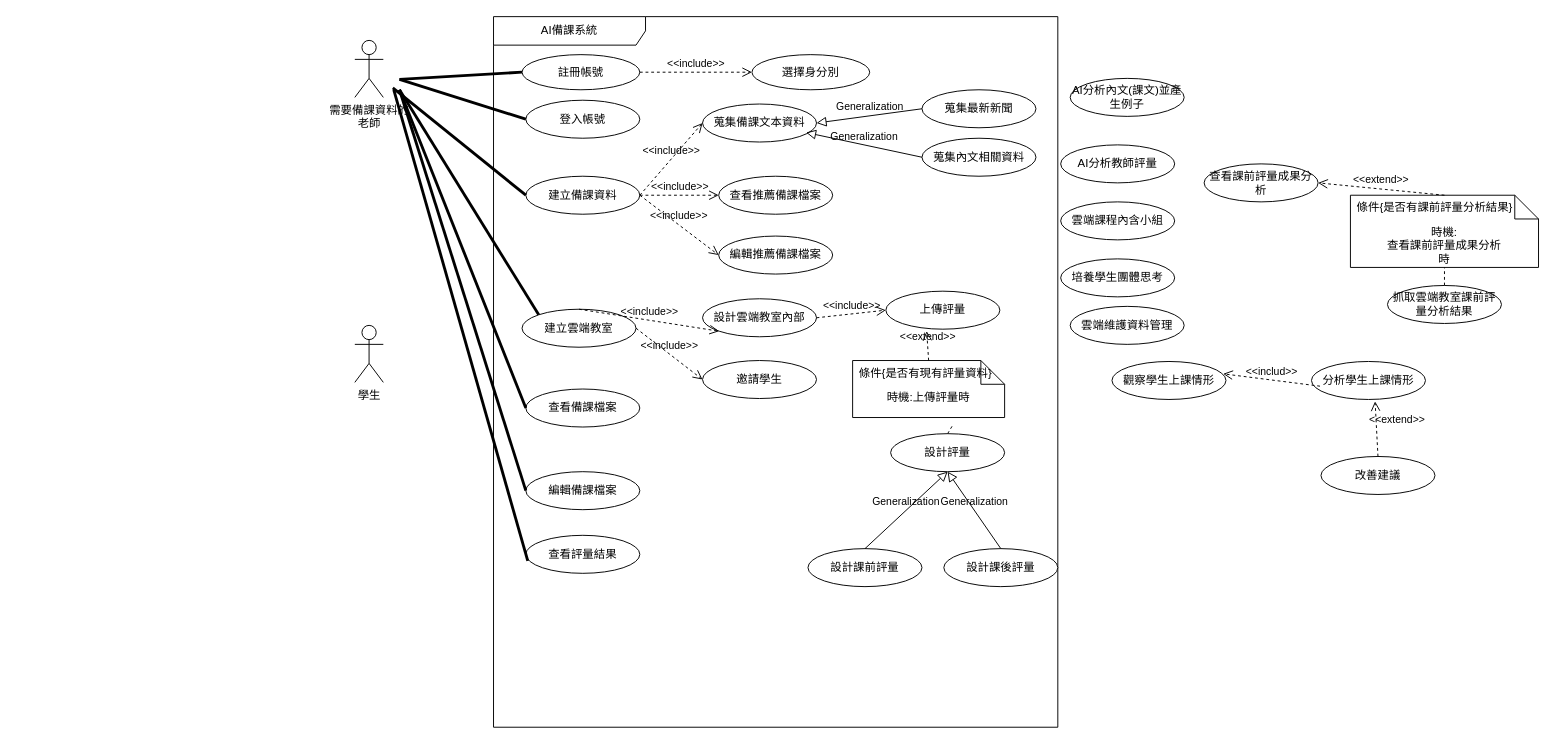
Earlier version of the draw.io diagram page "第 1 页" (1 of 2) of 顧客關係圖.drawio (Kevincheng0804/System-analysis). Source tidied: cells renumbered, new cells numbered last; positions are measured from the earlier drawing's top-left corner, leaving out a move shared by most shapes. Both pictures are drawn from the tidied source at 95%, with x=0, y=0 at pixel (354, 16).
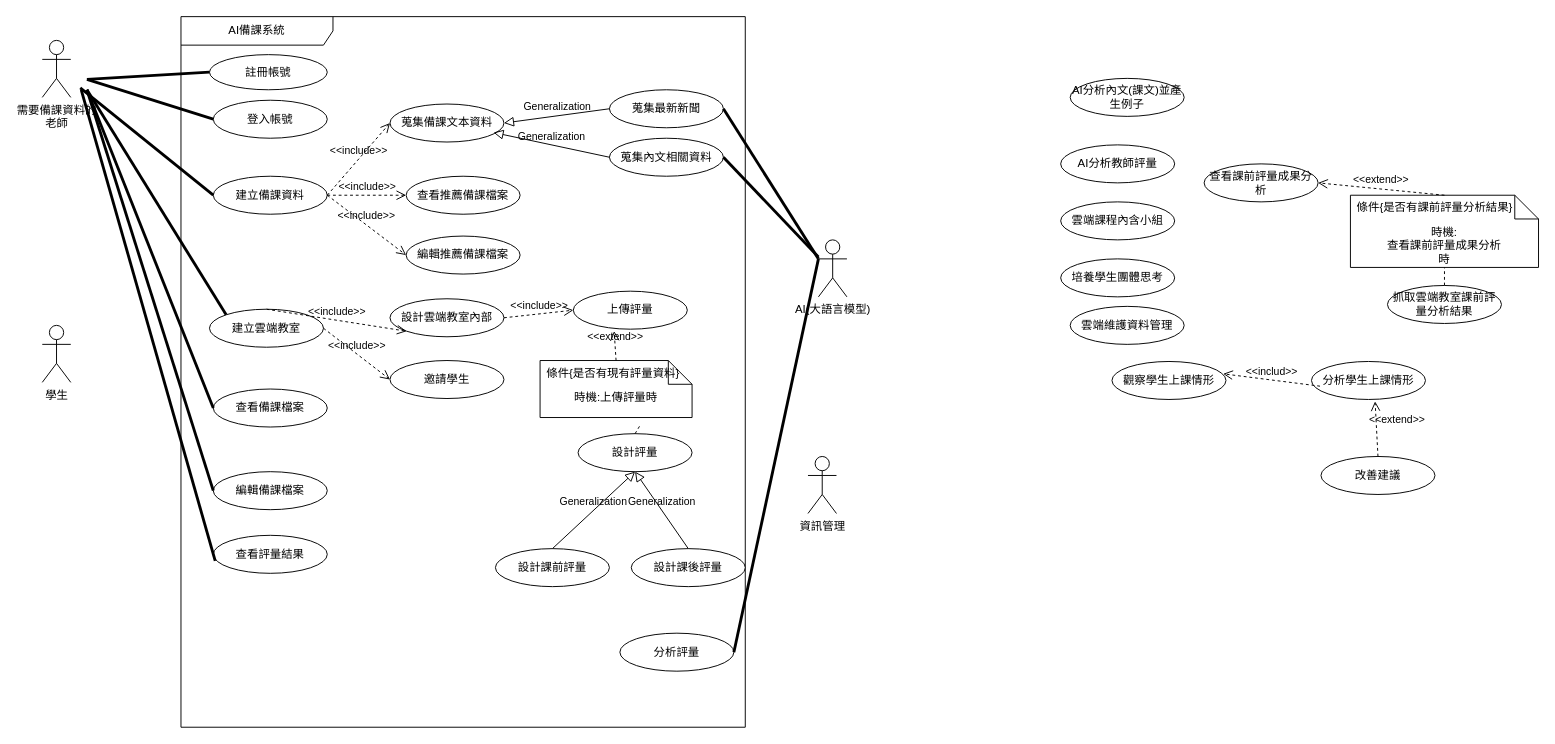
The same page after the edit.

Commit message:
更新顧客關係圖.drawio

The change refers to these unchanged cells:
```xml
<mxCell id="4" value="登入帳號" style="ellipse;html=1;whiteSpace=wrap;" parent="3" vertex="1">
  <mxGeometry x="34" y="88" width="120" height="40" as="geometry" />
</mxCell>
<mxCell id="6" value="蒐集最新新聞" style="ellipse;html=1;whiteSpace=wrap;" parent="3" vertex="1">
  <mxGeometry x="451" y="77" width="120" height="40" as="geometry" />
</mxCell>
<mxCell id="7" value="蒐集內文相關資料" style="ellipse;html=1;whiteSpace=wrap;" parent="3" vertex="1">
  <mxGeometry x="451" y="128" width="120" height="40" as="geometry" />
</mxCell>
<mxCell id="8" value="註冊帳號" style="ellipse;html=1;whiteSpace=wrap;" parent="3" vertex="1">
  <mxGeometry x="30" y="40" width="124" height="37" as="geometry" />
</mxCell>
<mxCell id="18" value="建立備課資料" style="ellipse;html=1;whiteSpace=wrap;" parent="3" vertex="1">
  <mxGeometry x="34" y="168" width="120" height="40" as="geometry" />
</mxCell>
<mxCell id="24" value="查看備課檔案" style="ellipse;html=1;whiteSpace=wrap;" parent="3" vertex="1">
  <mxGeometry x="34" y="392" width="120" height="40" as="geometry" />
</mxCell>
<mxCell id="41" value="查看評量結果" style="ellipse;html=1;whiteSpace=wrap;" parent="3" vertex="1">
  <mxGeometry x="34" y="546" width="120" height="40" as="geometry" />
</mxCell>
<mxCell id="42" value="編輯備課檔案" style="ellipse;html=1;whiteSpace=wrap;" parent="3" vertex="1">
  <mxGeometry x="34" y="479" width="120" height="40" as="geometry" />
</mxCell>
```

What changed in the source:
```diff
@@
     <mxCell id="2" value="需要備課資料的&lt;div&gt;老師&lt;/div&gt;&lt;div&gt;&lt;br&gt;&lt;/div&gt;" style="shape=umlActor;verticalLabelPosition=bottom;verticalAlign=top;html=1;" parent="1" vertex="1">
-      <mxGeometry y="25" width="30" height="60" as="geometry" />
+      <mxGeometry x="-329" y="25" width="30" height="60" as="geometry" />
     </mxCell>
     <mxCell id="3" value="AI備課系統" style="shape=umlFrame;whiteSpace=wrap;html=1;width=160;" parent="1" vertex="1">
-      <mxGeometry x="146" width="594" height="748" as="geometry" />
+      <mxGeometry x="-183" width="594" height="748" as="geometry" />
     </mxCell>
@@
-    <mxCell id="9" value="選擇身分別" style="ellipse;html=1;whiteSpace=wrap;" parent="3" vertex="1">
-      <mxGeometry x="272" y="40" width="124" height="37" as="geometry" />
-    </mxCell>
-    <mxCell id="10" value="&amp;lt;&amp;lt;include&amp;gt;&amp;gt;" style="endArrow=open;startArrow=none;endFill=0;startFill=0;endSize=8;html=1;verticalAlign=bottom;dashed=1;labelBackgroundColor=none;rounded=0;exitX=1;exitY=0.5;exitDx=0;exitDy=0;entryX=0;entryY=0.5;entryDx=0;entryDy=0;" parent="3" edge="1" source="8" target="9">
-      <mxGeometry relative="1" as="geometry" />
-    </mxCell>
@@
+    <mxCell id="66" value="分析評量" style="ellipse;html=1;whiteSpace=wrap;" parent="3" vertex="1">
+      <mxGeometry x="462" y="649" width="120" height="40" as="geometry" />
+    </mxCell>
@@
     <mxCell id="48" style="endArrow=none;startArrow=none;endFill=0;startFill=0;endSize=8;html=1;verticalAlign=bottom;labelBackgroundColor=none;strokeWidth=3;rounded=0;entryX=0;entryY=0.5;entryDx=0;entryDy=0;" parent="1" edge="1" target="18">
       <mxGeometry relative="1" as="geometry">
-        <mxPoint x="40" y="75" as="sourcePoint" />
+        <mxPoint x="-289" y="75" as="sourcePoint" />
       </mxGeometry>
     </mxCell>
     <mxCell id="49" value="學生" style="shape=umlActor;verticalLabelPosition=bottom;verticalAlign=top;html=1;" parent="1" vertex="1">
-      <mxGeometry y="325" width="30" height="60" as="geometry" />
+      <mxGeometry x="-329" y="325" width="30" height="60" as="geometry" />
     </mxCell>
     <mxCell id="50" style="endArrow=none;startArrow=none;endFill=0;startFill=0;endSize=8;html=1;verticalAlign=bottom;labelBackgroundColor=none;strokeWidth=3;rounded=0;entryX=0;entryY=0.5;entryDx=0;entryDy=0;" parent="1" edge="1" target="8">
       <mxGeometry relative="1" as="geometry">
-        <mxPoint x="47" y="66" as="sourcePoint" />
+        <mxPoint x="-282" y="66" as="sourcePoint" />
       </mxGeometry>
     </mxCell>
     <mxCell id="51" style="endArrow=none;startArrow=none;endFill=0;startFill=0;endSize=8;html=1;verticalAlign=bottom;labelBackgroundColor=none;strokeWidth=3;rounded=0;entryX=0;entryY=0.5;entryDx=0;entryDy=0;" parent="1" edge="1" target="4">
       <mxGeometry relative="1" as="geometry">
-        <mxPoint x="47" y="66" as="sourcePoint" />
+        <mxPoint x="-282" y="66" as="sourcePoint" />
       </mxGeometry>
     </mxCell>
@@
     <mxCell id="57" style="endArrow=none;startArrow=none;endFill=0;startFill=0;endSize=8;html=1;verticalAlign=bottom;labelBackgroundColor=none;strokeWidth=3;rounded=0;entryX=0;entryY=0.5;entryDx=0;entryDy=0;" parent="1" edge="1" target="24">
       <mxGeometry relative="1" as="geometry">
-        <mxPoint x="47" y="77" as="sourcePoint" />
+        <mxPoint x="-282" y="77" as="sourcePoint" />
       </mxGeometry>
     </mxCell>
     <mxCell id="58" style="endArrow=none;startArrow=none;endFill=0;startFill=0;endSize=8;html=1;verticalAlign=bottom;labelBackgroundColor=none;strokeWidth=3;rounded=0;entryX=0.017;entryY=0.675;entryDx=0;entryDy=0;entryPerimeter=0;" parent="1" edge="1" target="41">
       <mxGeometry relative="1" as="geometry">
-        <mxPoint x="41" y="77" as="sourcePoint" />
+        <mxPoint x="-288" y="77" as="sourcePoint" />
       </mxGeometry>
     </mxCell>
     <mxCell id="59" style="endArrow=none;startArrow=none;endFill=0;startFill=0;endSize=8;html=1;verticalAlign=bottom;labelBackgroundColor=none;strokeWidth=3;rounded=0;entryX=0;entryY=0.5;entryDx=0;entryDy=0;" parent="1" edge="1" target="42">
       <mxGeometry relative="1" as="geometry">
-        <mxPoint x="47" y="77" as="sourcePoint" />
+        <mxPoint x="-282" y="77" as="sourcePoint" />
       </mxGeometry>
     </mxCell>
@@
+    <mxCell id="67" value="AI(大語言模型)" style="shape=umlActor;verticalLabelPosition=bottom;verticalAlign=top;html=1;" parent="1" vertex="1">
+      <mxGeometry x="488" y="235" width="30" height="60" as="geometry" />
+    </mxCell>
+    <mxCell id="68" style="endArrow=none;startArrow=none;endFill=0;startFill=0;endSize=8;html=1;verticalAlign=bottom;labelBackgroundColor=none;strokeWidth=3;rounded=0;entryX=0;entryY=0.3333333333333333;entryDx=0;entryDy=0;entryPerimeter=0;exitX=1;exitY=0.5;exitDx=0;exitDy=0;" parent="1" edge="1" source="6" target="67">
+      <mxGeometry relative="1" as="geometry" />
+    </mxCell>
+    <mxCell id="69" style="endArrow=none;startArrow=none;endFill=0;startFill=0;endSize=8;html=1;verticalAlign=bottom;labelBackgroundColor=none;strokeWidth=3;rounded=0;exitX=1;exitY=0.5;exitDx=0;exitDy=0;" parent="1" edge="1" source="7">
+      <mxGeometry relative="1" as="geometry">
+        <mxPoint x="488" y="253" as="targetPoint" />
+      </mxGeometry>
+    </mxCell>
+    <mxCell id="70" style="endArrow=none;startArrow=none;endFill=0;startFill=0;endSize=8;html=1;verticalAlign=bottom;labelBackgroundColor=none;strokeWidth=3;rounded=0;exitX=1;exitY=0.5;exitDx=0;exitDy=0;entryX=0;entryY=0.3333333333333333;entryDx=0;entryDy=0;entryPerimeter=0;" parent="1" edge="1" source="66" target="67">
+      <mxGeometry relative="1" as="geometry" />
+    </mxCell>
+    <mxCell id="71" value="資訊管理" style="shape=umlActor;verticalLabelPosition=bottom;verticalAlign=top;html=1;" parent="1" vertex="1">
+      <mxGeometry x="477" y="463" width="30" height="60" as="geometry" />
+    </mxCell>
```
